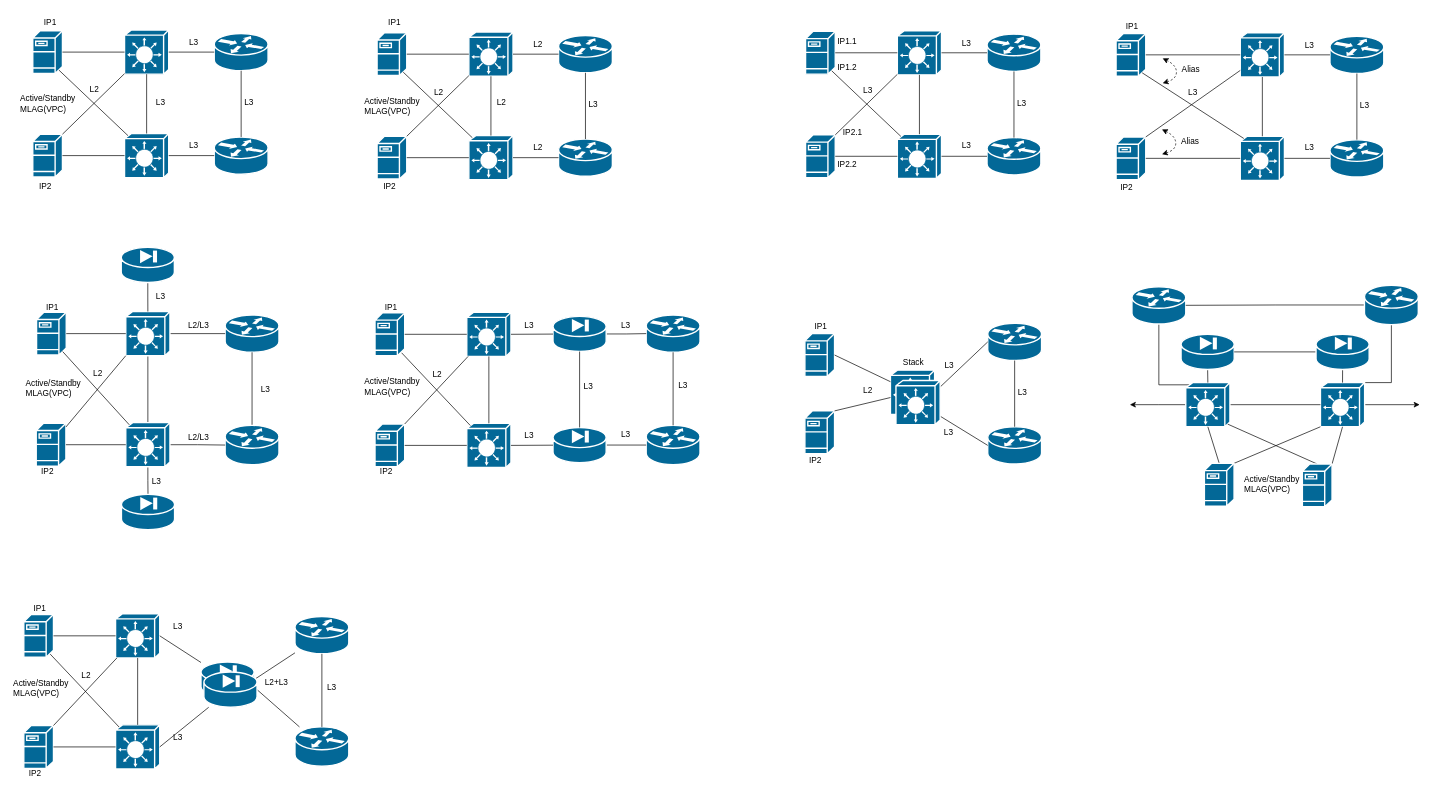
Before: page "L2" (1 of 2) of Diagram/small_nets.drawio in thleontev/Networks, a draw.io diagram. Source tidied: cells renumbered, new cells numbered last; positions are measured from the earlier drawing's top-left corner, leaving out a move shared by most shapes. Both pictures are drawn from the tidied source at 69%, with x=0, y=0 at pixel (12, 12).
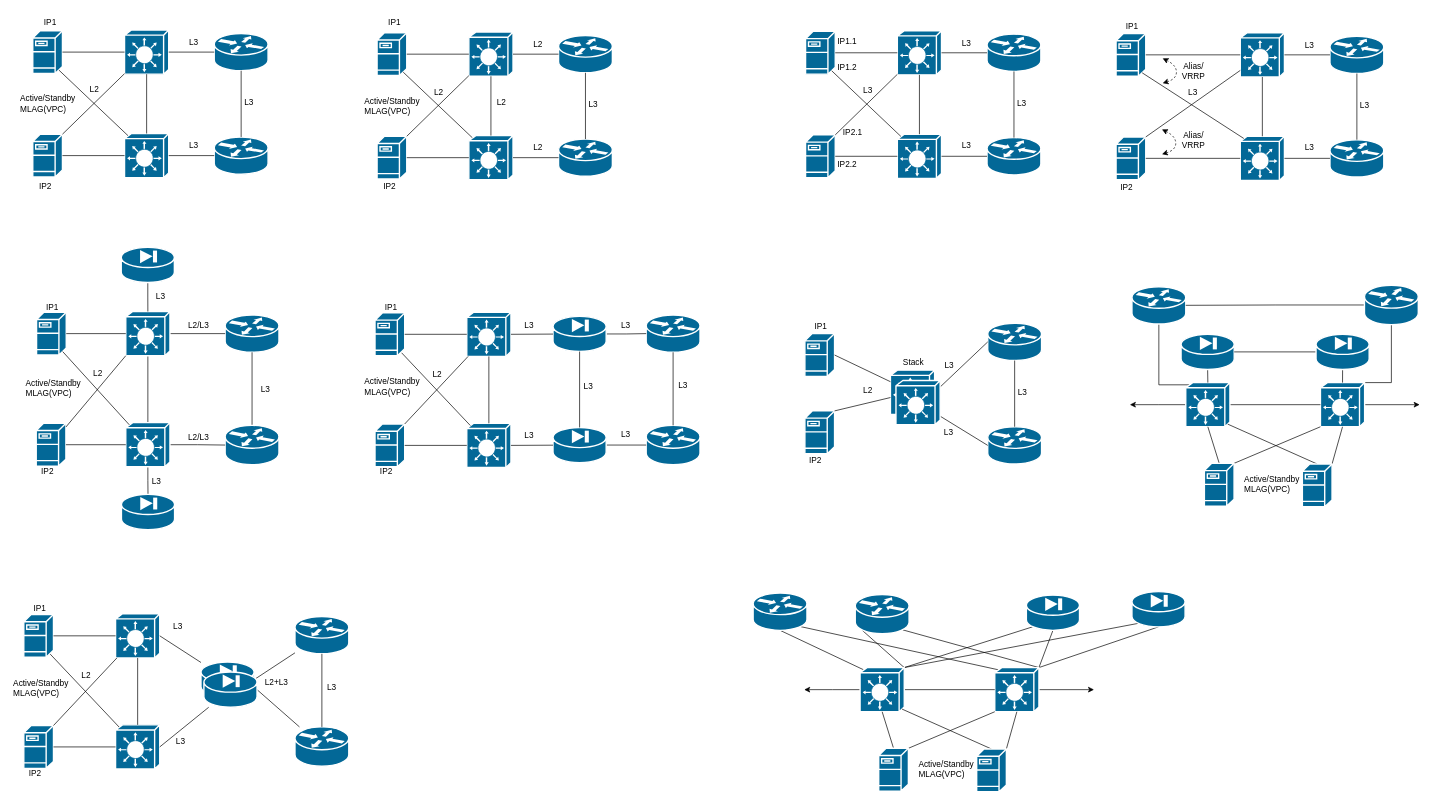
After the change.

The edit, as a diff of the source:
```diff
@@
-    <mxCell id="138" value="Alias" style="text;html=1;align=center;verticalAlign=middle;strokeColor=none;fillColor=none;" parent="1" vertex="1">
-      <mxGeometry x="1682.5" y="69" width="50" height="30" as="geometry" />
+    <mxCell id="138" value="&lt;div&gt;Alias/&lt;/div&gt;VRRP" style="text;html=1;align=center;verticalAlign=middle;strokeColor=none;fillColor=none;" parent="1" vertex="1">
+      <mxGeometry x="1681.5" y="66" width="60" height="40" as="geometry" />
     </mxCell>
@@
-    <mxCell id="140" value="Alias" style="text;html=1;align=center;verticalAlign=middle;strokeColor=none;fillColor=none;" parent="1" vertex="1">
-      <mxGeometry x="1681.5" y="172" width="50" height="30" as="geometry" />
-    </mxCell>
@@
-    <mxCell id="163" value="L3" style="text;html=1;align=center;verticalAlign=middle;strokeColor=none;fillColor=none;" parent="1" vertex="1">
-      <mxGeometry x="195.2" y="116" width="40" height="30" as="geometry" />
-    </mxCell>
@@
     <mxCell id="208" value="L3" style="text;html=1;align=center;verticalAlign=middle;strokeColor=none;fillColor=none;" parent="1" vertex="1">
-      <mxGeometry x="220" y="1036" width="40" height="30" as="geometry" />
+      <mxGeometry x="224" y="1042" width="40" height="30" as="geometry" />
     </mxCell>
@@
+    <mxCell id="214" value="&lt;div&gt;Alias/&lt;/div&gt;VRRP" style="text;html=1;align=center;verticalAlign=middle;strokeColor=none;fillColor=none;" parent="1" vertex="1">
+      <mxGeometry x="1681.5" y="166" width="60" height="40" as="geometry" />
+    </mxCell>
+    <mxCell id="215" style="rounded=0;jettySize=auto;html=1;exitX=0.5;exitY=1;exitDx=0;exitDy=0;exitPerimeter=0;entryX=0.08;entryY=0.05;entryDx=0;entryDy=0;entryPerimeter=0;endArrow=none;endFill=0;" parent="1" edge="1" source="217" target="229">
+      <mxGeometry relative="1" as="geometry" />
+    </mxCell>
+    <mxCell id="216" style="rounded=0;jettySize=auto;html=1;exitX=0.88;exitY=0.9;exitDx=0;exitDy=0;exitPerimeter=0;entryX=0.08;entryY=0.05;entryDx=0;entryDy=0;entryPerimeter=0;endArrow=none;endFill=0;" parent="1" edge="1" source="217" target="224">
+      <mxGeometry relative="1" as="geometry" />
+    </mxCell>
+    <mxCell id="217" style="shape=mxgraph.cisco.routers.router;sketch=0;html=1;dashed=0;fillColor=#036897;strokeColor=#ffffff;strokeWidth=2;verticalLabelPosition=bottom;verticalAlign=top;align=center;outlineConnect=0;" parent="1" vertex="1">
+      <mxGeometry x="1074" y="842" width="78" height="54" as="geometry" />
+    </mxCell>
+    <mxCell id="218" style="rounded=0;jettySize=auto;html=1;exitX=0.88;exitY=0.9;exitDx=0;exitDy=0;exitPerimeter=0;entryX=1;entryY=0;entryDx=0;entryDy=0;entryPerimeter=0;endArrow=none;endFill=0;" parent="1" edge="1" source="220" target="224">
+      <mxGeometry relative="1" as="geometry" />
+    </mxCell>
+    <mxCell id="219" style="rounded=0;jettySize=auto;html=1;exitX=0.12;exitY=0.9;exitDx=0;exitDy=0;exitPerimeter=0;entryX=1;entryY=0;entryDx=0;entryDy=0;entryPerimeter=0;endArrow=none;endFill=0;" parent="1" edge="1" source="220" target="229">
+      <mxGeometry relative="1" as="geometry" />
+    </mxCell>
+    <mxCell id="220" style="shape=mxgraph.cisco.routers.router;sketch=0;html=1;dashed=0;fillColor=#036897;strokeColor=#ffffff;strokeWidth=2;verticalLabelPosition=bottom;verticalAlign=top;align=center;outlineConnect=0;" parent="1" vertex="1">
+      <mxGeometry x="1222" y="844" width="78" height="57" as="geometry" />
+    </mxCell>
+    <mxCell id="221" style="edgeStyle=orthogonalEdgeStyle;rounded=0;orthogonalLoop=1;jettySize=auto;html=1;exitX=1;exitY=0.5;exitDx=0;exitDy=0;exitPerimeter=0;" parent="1" edge="1">
+      <mxGeometry relative="1" as="geometry">
+        <mxPoint x="1478.2" y="982" as="sourcePoint" />
+        <mxPoint x="1568" y="982" as="targetPoint" />
+      </mxGeometry>
+    </mxCell>
+    <mxCell id="222" style="rounded=0;jettySize=auto;html=1;exitX=1;exitY=0;exitDx=0;exitDy=0;exitPerimeter=0;entryX=0.5;entryY=1;entryDx=0;entryDy=0;entryPerimeter=0;endArrow=none;endFill=0;" parent="1" edge="1" source="224" target="236">
+      <mxGeometry relative="1" as="geometry" />
+    </mxCell>
+    <mxCell id="223" style="rounded=0;jettySize=auto;html=1;exitX=1;exitY=0;exitDx=0;exitDy=0;exitPerimeter=0;entryX=0.5;entryY=1;entryDx=0;entryDy=0;entryPerimeter=0;endArrow=none;endFill=0;" parent="1" edge="1" source="224" target="237">
+      <mxGeometry relative="1" as="geometry" />
+    </mxCell>
+    <mxCell id="224" style="shape=mxgraph.cisco.switches.layer_3_switch;sketch=0;html=1;dashed=0;fillColor=#036897;strokeColor=#ffffff;strokeWidth=2;verticalLabelPosition=bottom;verticalAlign=top;align=center;outlineConnect=0;" parent="1" vertex="1">
+      <mxGeometry x="1424.2" y="950" width="64" height="64" as="geometry" />
+    </mxCell>
+    <mxCell id="225" style="edgeStyle=orthogonalEdgeStyle;rounded=0;jettySize=auto;html=1;exitX=1;exitY=0.5;exitDx=0;exitDy=0;exitPerimeter=0;entryX=0;entryY=0.5;entryDx=0;entryDy=0;entryPerimeter=0;endArrow=none;endFill=0;" parent="1" edge="1" source="229" target="224">
+      <mxGeometry relative="1" as="geometry" />
+    </mxCell>
+    <mxCell id="226" style="edgeStyle=orthogonalEdgeStyle;rounded=0;jettySize=auto;html=1;exitX=0;exitY=0.5;exitDx=0;exitDy=0;exitPerimeter=0;" parent="1" edge="1" source="229">
+      <mxGeometry relative="1" as="geometry">
+        <mxPoint x="1148" y="982" as="targetPoint" />
+      </mxGeometry>
+    </mxCell>
+    <mxCell id="227" style="rounded=0;jettySize=auto;html=1;exitX=1;exitY=0;exitDx=0;exitDy=0;exitPerimeter=0;entryX=0.12;entryY=0.9;entryDx=0;entryDy=0;entryPerimeter=0;endArrow=none;endFill=0;" parent="1" edge="1" source="229" target="236">
+      <mxGeometry relative="1" as="geometry" />
+    </mxCell>
+    <mxCell id="228" style="rounded=0;jettySize=auto;html=1;exitX=1;exitY=0;exitDx=0;exitDy=0;exitPerimeter=0;entryX=0.12;entryY=0.9;entryDx=0;entryDy=0;entryPerimeter=0;endArrow=none;endFill=0;" parent="1" edge="1" source="229" target="237">
+      <mxGeometry relative="1" as="geometry" />
+    </mxCell>
+    <mxCell id="229" style="shape=mxgraph.cisco.switches.layer_3_switch;sketch=0;html=1;dashed=0;fillColor=#036897;strokeColor=#ffffff;strokeWidth=2;verticalLabelPosition=bottom;verticalAlign=top;align=center;outlineConnect=0;" parent="1" vertex="1">
+      <mxGeometry x="1229" y="950" width="64" height="64" as="geometry" />
+    </mxCell>
+    <mxCell id="230" style="rounded=0;jettySize=auto;html=1;exitX=0.5;exitY=0;exitDx=0;exitDy=0;exitPerimeter=0;entryX=0.5;entryY=1;entryDx=0;entryDy=0;entryPerimeter=0;endArrow=none;endFill=0;" parent="1" edge="1" source="232" target="229">
+      <mxGeometry relative="1" as="geometry" />
+    </mxCell>
+    <mxCell id="231" style="rounded=0;jettySize=auto;html=1;exitX=1;exitY=0;exitDx=0;exitDy=0;exitPerimeter=0;entryX=0;entryY=1;entryDx=0;entryDy=0;entryPerimeter=0;endArrow=none;endFill=0;" parent="1" edge="1" source="232" target="224">
+      <mxGeometry relative="1" as="geometry" />
+    </mxCell>
+    <mxCell id="232" style="shape=mxgraph.cisco.servers.fileserver;sketch=0;html=1;dashed=0;fillColor=#036897;strokeColor=#ffffff;strokeWidth=2;verticalLabelPosition=bottom;verticalAlign=top;align=center;outlineConnect=0;" parent="1" vertex="1">
+      <mxGeometry x="1256" y="1067" width="43" height="62" as="geometry" />
+    </mxCell>
+    <mxCell id="233" style="rounded=0;jettySize=auto;html=1;exitX=0.5;exitY=0;exitDx=0;exitDy=0;exitPerimeter=0;entryX=0.95;entryY=0.94;entryDx=0;entryDy=0;entryPerimeter=0;endArrow=none;endFill=0;" parent="1" edge="1" source="235" target="229">
+      <mxGeometry relative="1" as="geometry" />
+    </mxCell>
+    <mxCell id="234" style="rounded=0;jettySize=auto;html=1;exitX=1;exitY=0;exitDx=0;exitDy=0;exitPerimeter=0;entryX=0.5;entryY=1;entryDx=0;entryDy=0;entryPerimeter=0;endArrow=none;endFill=0;" parent="1" edge="1" source="235" target="224">
+      <mxGeometry relative="1" as="geometry" />
+    </mxCell>
+    <mxCell id="235" style="shape=mxgraph.cisco.servers.fileserver;sketch=0;html=1;dashed=0;fillColor=#036897;strokeColor=#ffffff;strokeWidth=2;verticalLabelPosition=bottom;verticalAlign=top;align=center;outlineConnect=0;" parent="1" vertex="1">
+      <mxGeometry x="1398" y="1068" width="43" height="62" as="geometry" />
+    </mxCell>
+    <mxCell id="236" style="shape=mxgraph.cisco.security.pix_firewall;sketch=0;html=1;dashed=0;fillColor=#036897;strokeColor=#ffffff;strokeWidth=2;verticalLabelPosition=bottom;verticalAlign=top;align=center;outlineConnect=0;" parent="1" vertex="1">
+      <mxGeometry x="1470" y="845" width="77" height="51" as="geometry" />
+    </mxCell>
+    <mxCell id="237" style="shape=mxgraph.cisco.security.pix_firewall;sketch=0;html=1;dashed=0;fillColor=#036897;strokeColor=#ffffff;strokeWidth=2;verticalLabelPosition=bottom;verticalAlign=top;align=center;outlineConnect=0;" parent="1" vertex="1">
+      <mxGeometry x="1623" y="840" width="77" height="51" as="geometry" />
+    </mxCell>
+    <mxCell id="238" value="&lt;div&gt;Active/Standby&lt;/div&gt;&lt;div&gt;MLAG(VPC)&lt;br&gt;&lt;/div&gt;" style="text;html=1;strokeColor=none;fillColor=none;align=left;verticalAlign=middle;whiteSpace=wrap;rounded=0;" parent="1" vertex="1">
+      <mxGeometry x="1312.2" y="1082" width="60" height="30" as="geometry" />
+    </mxCell>
```
